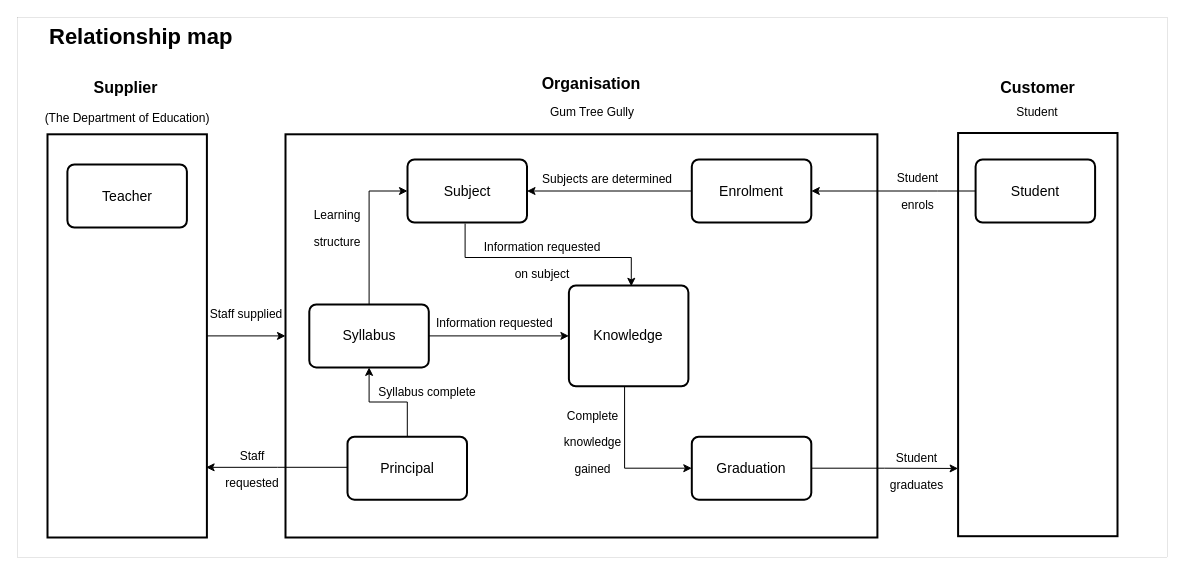
The draw.io diagram page "Relationship_Map" (1 of 6) of All_Maps_A1.drawio in SRMITGit/diagrams, before the edit. Source tidied: cells renumbered, new cells numbered last; positions are measured from the earlier drawing's top-left corner, leaving out a move shared by most shapes. Both pictures are drawn from the tidied source at 100%, with x=0, y=0 at pixel (17, 17).
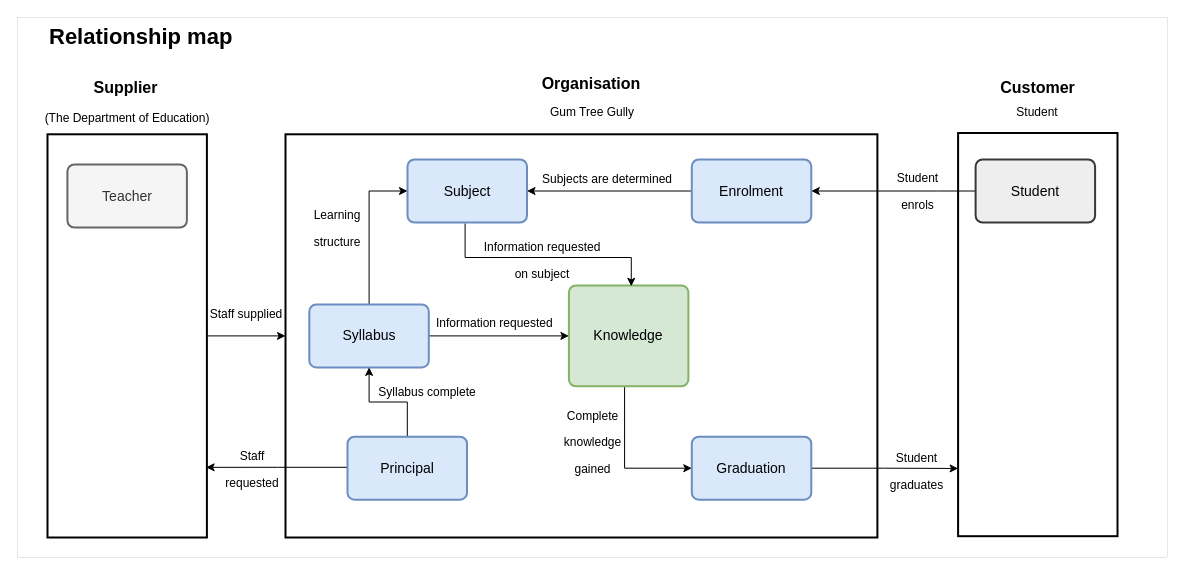
The same diagram, later.

What changed in the source:
```diff
@@
-    <mxCell id="5" value="&lt;font style=&quot;font-size: 14px&quot;&gt;Teacher&lt;/font&gt;" style="rounded=1;whiteSpace=wrap;html=1;absoluteArcSize=1;arcSize=14;strokeWidth=2;" parent="1" vertex="1">
+    <mxCell id="5" value="&lt;font style=&quot;font-size: 14px&quot;&gt;Teacher&lt;/font&gt;" style="rounded=1;whiteSpace=wrap;html=1;absoluteArcSize=1;arcSize=14;strokeWidth=2;fillColor=#f5f5f5;fontColor=#333333;strokeColor=#666666;" parent="1" vertex="1">
       <mxGeometry x="49.9" y="147" width="119.5" height="63" as="geometry" />
     </mxCell>
@@
-    <mxCell id="9" value="&lt;font style=&quot;font-size: 14px&quot;&gt;Subject&lt;/font&gt;" style="rounded=1;whiteSpace=wrap;html=1;absoluteArcSize=1;arcSize=14;strokeWidth=2;" parent="1" vertex="1">
+    <mxCell id="9" value="&lt;font style=&quot;font-size: 14px&quot;&gt;Subject&lt;/font&gt;" style="rounded=1;whiteSpace=wrap;html=1;absoluteArcSize=1;arcSize=14;strokeWidth=2;fillColor=#dae8fc;strokeColor=#6c8ebf;" parent="1" vertex="1">
       <mxGeometry x="390" y="142" width="119.5" height="63" as="geometry" />
     </mxCell>
@@
-    <mxCell id="12" value="&lt;font style=&quot;font-size: 14px&quot;&gt;Enrolment&lt;/font&gt;" style="rounded=1;whiteSpace=wrap;html=1;absoluteArcSize=1;arcSize=14;strokeWidth=2;" parent="1" vertex="1">
+    <mxCell id="12" value="&lt;font style=&quot;font-size: 14px&quot;&gt;Enrolment&lt;/font&gt;" style="rounded=1;whiteSpace=wrap;html=1;absoluteArcSize=1;arcSize=14;strokeWidth=2;fillColor=#dae8fc;strokeColor=#6c8ebf;" parent="1" vertex="1">
       <mxGeometry x="674.3" y="142" width="119.5" height="63" as="geometry" />
     </mxCell>
@@
-    <mxCell id="14" value="&lt;font style=&quot;font-size: 14px&quot;&gt;Graduation&lt;/font&gt;" style="rounded=1;whiteSpace=wrap;html=1;absoluteArcSize=1;arcSize=14;strokeWidth=2;" parent="1" vertex="1">
+    <mxCell id="14" value="&lt;font style=&quot;font-size: 14px&quot;&gt;Graduation&lt;/font&gt;" style="rounded=1;whiteSpace=wrap;html=1;absoluteArcSize=1;arcSize=14;strokeWidth=2;fillColor=#dae8fc;strokeColor=#6c8ebf;" parent="1" vertex="1">
       <mxGeometry x="674.3" y="419.2" width="119.5" height="63" as="geometry" />
     </mxCell>
@@
-    <mxCell id="16" value="&lt;font style=&quot;font-size: 14px&quot;&gt;Knowledge&lt;/font&gt;" style="rounded=1;whiteSpace=wrap;html=1;absoluteArcSize=1;arcSize=14;strokeWidth=2;strokeColor=#000000;" parent="1" vertex="1">
+    <mxCell id="16" value="&lt;font style=&quot;font-size: 14px&quot;&gt;Knowledge&lt;/font&gt;" style="rounded=1;whiteSpace=wrap;html=1;absoluteArcSize=1;arcSize=14;strokeWidth=2;strokeColor=#82b366;fillColor=#d5e8d4;" parent="1" vertex="1">
       <mxGeometry x="551.4" y="268" width="119.5" height="100.8" as="geometry" />
     </mxCell>
@@
-    <mxCell id="19" value="&lt;font style=&quot;font-size: 14px&quot;&gt;Student&lt;/font&gt;" style="rounded=1;whiteSpace=wrap;html=1;absoluteArcSize=1;arcSize=14;strokeWidth=2;" parent="1" vertex="1">
+    <mxCell id="19" value="&lt;font style=&quot;font-size: 14px&quot;&gt;Student&lt;/font&gt;" style="rounded=1;whiteSpace=wrap;html=1;absoluteArcSize=1;arcSize=14;strokeWidth=2;fillColor=#eeeeee;strokeColor=#36393d;" parent="1" vertex="1">
       <mxGeometry x="958.1" y="142" width="119.5" height="63" as="geometry" />
     </mxCell>
@@
-    <mxCell id="23" value="&lt;span style=&quot;font-size: 14px&quot;&gt;Syllabus&lt;/span&gt;" style="rounded=1;whiteSpace=wrap;html=1;absoluteArcSize=1;arcSize=14;strokeWidth=2;" parent="1" vertex="1">
+    <mxCell id="23" value="&lt;span style=&quot;font-size: 14px&quot;&gt;Syllabus&lt;/span&gt;" style="rounded=1;whiteSpace=wrap;html=1;absoluteArcSize=1;arcSize=14;strokeWidth=2;fillColor=#dae8fc;strokeColor=#6c8ebf;" parent="1" vertex="1">
       <mxGeometry x="291.8" y="286.9" width="119.5" height="63" as="geometry" />
     </mxCell>
@@
-    <mxCell id="26" value="&lt;font style=&quot;font-size: 14px&quot;&gt;Principal&lt;/font&gt;" style="rounded=1;whiteSpace=wrap;html=1;absoluteArcSize=1;arcSize=14;strokeWidth=2;" parent="1" vertex="1">
+    <mxCell id="26" value="&lt;font style=&quot;font-size: 14px&quot;&gt;Principal&lt;/font&gt;" style="rounded=1;whiteSpace=wrap;html=1;absoluteArcSize=1;arcSize=14;strokeWidth=2;fillColor=#dae8fc;strokeColor=#6c8ebf;" parent="1" vertex="1">
       <mxGeometry x="330" y="419.2" width="119.5" height="63" as="geometry" />
     </mxCell>
```
